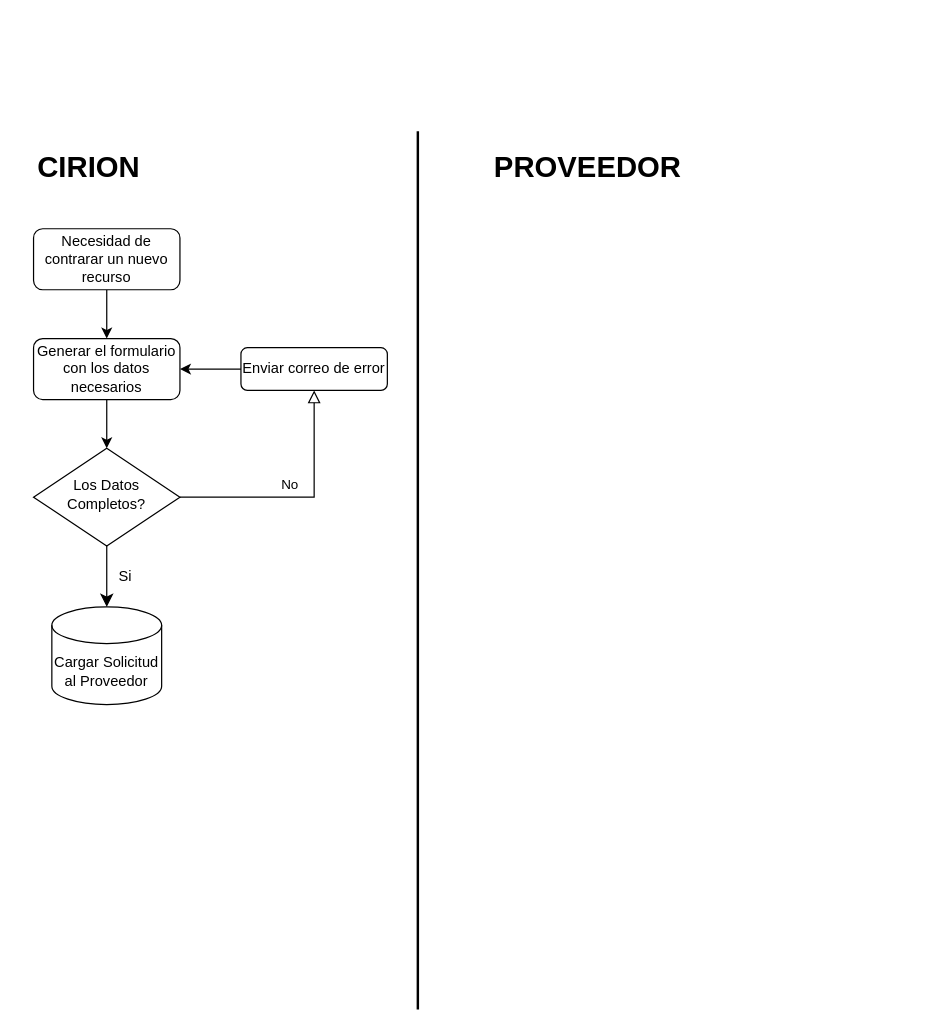
The draw.io diagram ProcesoContrataciones3ros.drawio in alexi86f/FlowChart, before the edit. Source tidied: cells renumbered, new cells numbered last; positions are measured from the earlier drawing's top-left corner, leaving out a move shared by most shapes. Both pictures are drawn from the tidied source at 122%, with x=0, y=0 at pixel (21, 131).
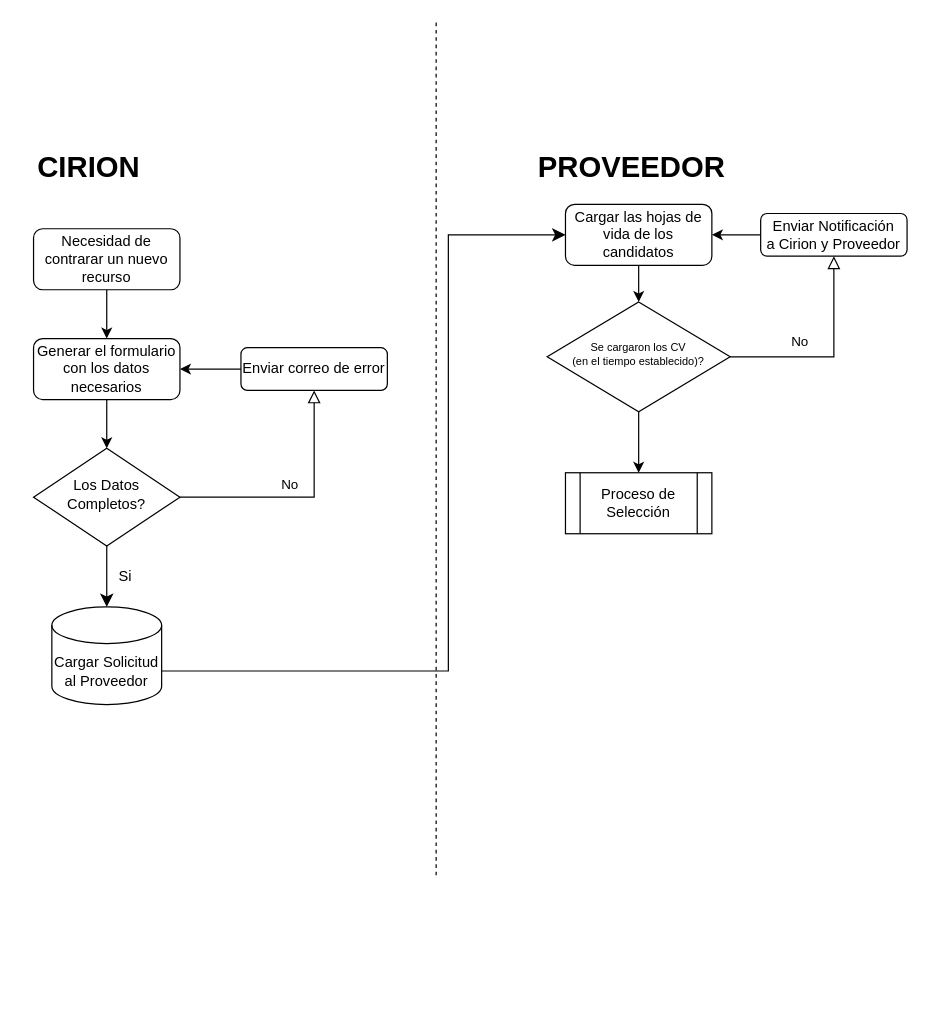
Above is the later version.

The change refers to these unchanged cells:
```xml
<mxCell id="10" value="Cargar Solicitud al Proveedor" style="shape=cylinder3;whiteSpace=wrap;html=1;boundedLbl=1;backgroundOutline=1;size=15;" parent="1" vertex="1">
  <mxGeometry x="25" y="390" width="90" height="80" as="geometry" />
</mxCell>
```

Diff of the diagram source:
```diff
@@
-    <mxCell id="14" style="line;strokeWidth=2;direction=south;html=1;fontSize=24;" parent="1" vertex="1">
-      <mxGeometry x="320" width="10" height="720" as="geometry" />
-    </mxCell>
     <mxCell id="15" value="&lt;b&gt;&lt;font style=&quot;font-size: 24px;&quot;&gt;PROVEEDOR&lt;/font&gt;&lt;/b&gt;" style="text;html=1;align=center;verticalAlign=middle;strokeColor=none;fillColor=none;" parent="1" vertex="1">
-      <mxGeometry x="374" y="10" width="180" height="40" as="geometry" />
+      <mxGeometry x="410" y="10" width="180" height="40" as="geometry" />
     </mxCell>
+    <mxCell id="16" style="edgeStyle=elbowEdgeStyle;elbow=horizontal;endArrow=classic;html=1;curved=0;rounded=0;endSize=8;startSize=8;fontSize=24;exitX=1;exitY=0;exitDx=0;exitDy=52.5;exitPerimeter=0;entryX=0;entryY=0.5;entryDx=0;entryDy=0;" parent="1" edge="1" source="10" target="17">
+      <mxGeometry relative="1" as="geometry">
+        <Array as="points">
+          <mxPoint x="350" y="260" />
+        </Array>
+      </mxGeometry>
+    </mxCell>
+    <mxCell id="17" value="Cargar las hojas de vida de los candidatos" style="rounded=1;whiteSpace=wrap;html=1;fontSize=12;glass=0;strokeWidth=1;shadow=0;" parent="1" vertex="1">
+      <mxGeometry x="446" y="60" width="120" height="50" as="geometry" />
+    </mxCell>
+    <mxCell id="18" value="Se cargaron los CV &lt;br&gt;(en el tiempo establecido)?" style="rhombus;whiteSpace=wrap;html=1;shadow=0;fontFamily=Helvetica;fontSize=9;align=center;strokeWidth=1;spacing=6;spacingTop=-4;" parent="1" vertex="1">
+      <mxGeometry x="431" y="140" width="150" height="90" as="geometry" />
+    </mxCell>
+    <mxCell id="19" style="endArrow=classic;html=1;rounded=0;fontSize=24;exitX=0.5;exitY=1;exitDx=0;exitDy=0;entryX=0.5;entryY=0;entryDx=0;entryDy=0;" parent="1" edge="1" source="17" target="18">
+      <mxGeometry relative="1" as="geometry" />
+    </mxCell>
+    <mxCell id="20" value="Enviar Notificación&lt;br&gt;a Cirion y Proveedor" style="rounded=1;whiteSpace=wrap;html=1;" parent="1" vertex="1">
+      <mxGeometry x="606" y="67.5" width="120" height="35" as="geometry" />
+    </mxCell>
+    <mxCell id="21" value="No" style="edgeStyle=orthogonalEdgeStyle;rounded=0;html=1;jettySize=auto;fontSize=11;endArrow=block;endFill=0;endSize=8;strokeWidth=1;shadow=0;labelBackgroundColor=none;exitX=1;exitY=0.5;exitDx=0;exitDy=0;entryX=0.5;entryY=1;entryDx=0;entryDy=0;" parent="1" edge="1" source="18" target="20">
+      <mxGeometry x="-0.32" y="13" relative="1" as="geometry">
+        <Array as="points">
+          <mxPoint x="666" y="185" />
+        </Array>
+        <mxPoint y="1" as="offset" />
+      </mxGeometry>
+    </mxCell>
+    <mxCell id="22" style="endArrow=classic;html=1;rounded=0;fontSize=9;exitX=0;exitY=0.5;exitDx=0;exitDy=0;entryX=1;entryY=0.5;entryDx=0;entryDy=0;" parent="1" edge="1" source="20" target="17">
+      <mxGeometry relative="1" as="geometry" />
+    </mxCell>
+    <mxCell id="23" value="Proceso de Selección" style="shape=process;whiteSpace=wrap;html=1;backgroundOutline=1;fontSize=12;" parent="1" vertex="1">
+      <mxGeometry x="446" y="280" width="120" height="50" as="geometry" />
+    </mxCell>
+    <mxCell id="24" style="endArrow=classic;html=1;rounded=0;fontSize=9;exitX=0.5;exitY=1;exitDx=0;exitDy=0;" parent="1" edge="1" source="18" target="23">
+      <mxGeometry relative="1" as="geometry" />
+    </mxCell>
+    <mxCell id="25" style="endArrow=none;dashed=1;html=1;rounded=0;fontSize=12;" parent="1" edge="1">
+      <mxGeometry relative="1" as="geometry">
+        <mxPoint x="340" y="610" as="sourcePoint" />
+        <mxPoint x="340" y="-90" as="targetPoint" />
+      </mxGeometry>
+    </mxCell>
```
